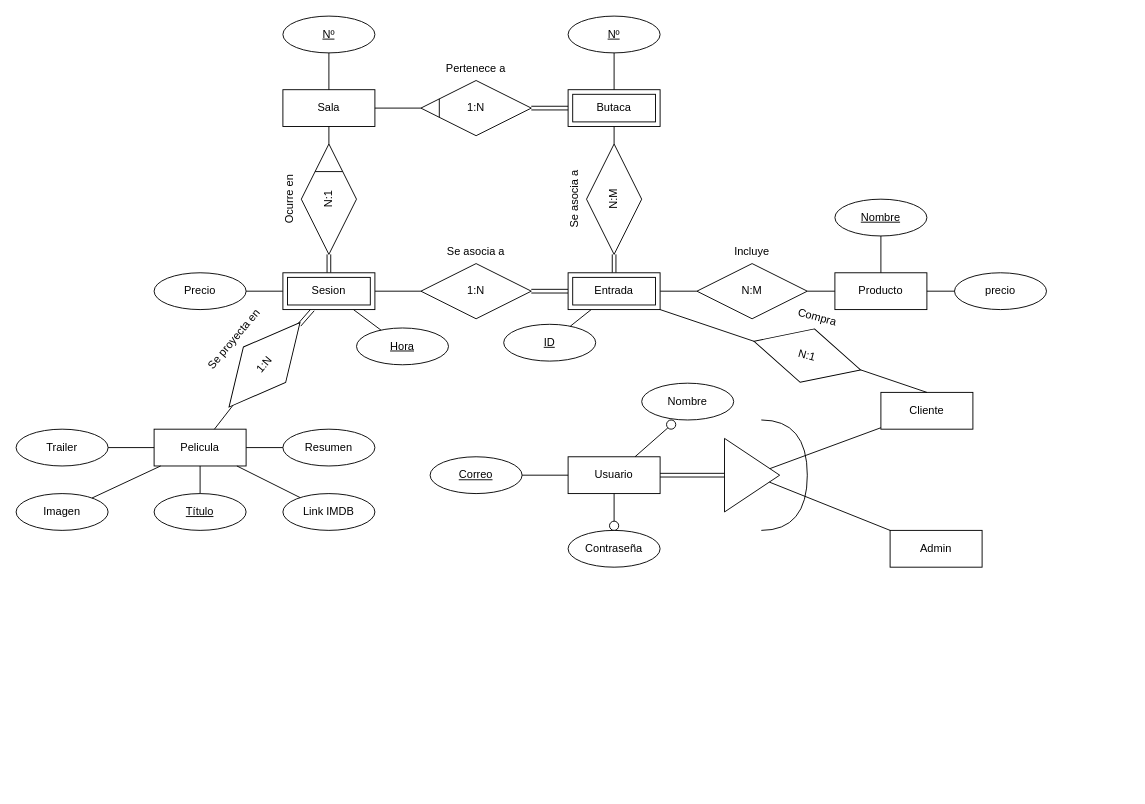
Earlier version of the draw.io diagram E-R Desacine (1).drawio (alberto872189/Sisinf). Source tidied: cells renumbered, new cells numbered last; positions are measured from the earlier drawing's top-left corner, leaving out a move shared by most shapes. Both pictures are drawn from the tidied source at 92%, with x=0, y=0 at pixel (16, 16).
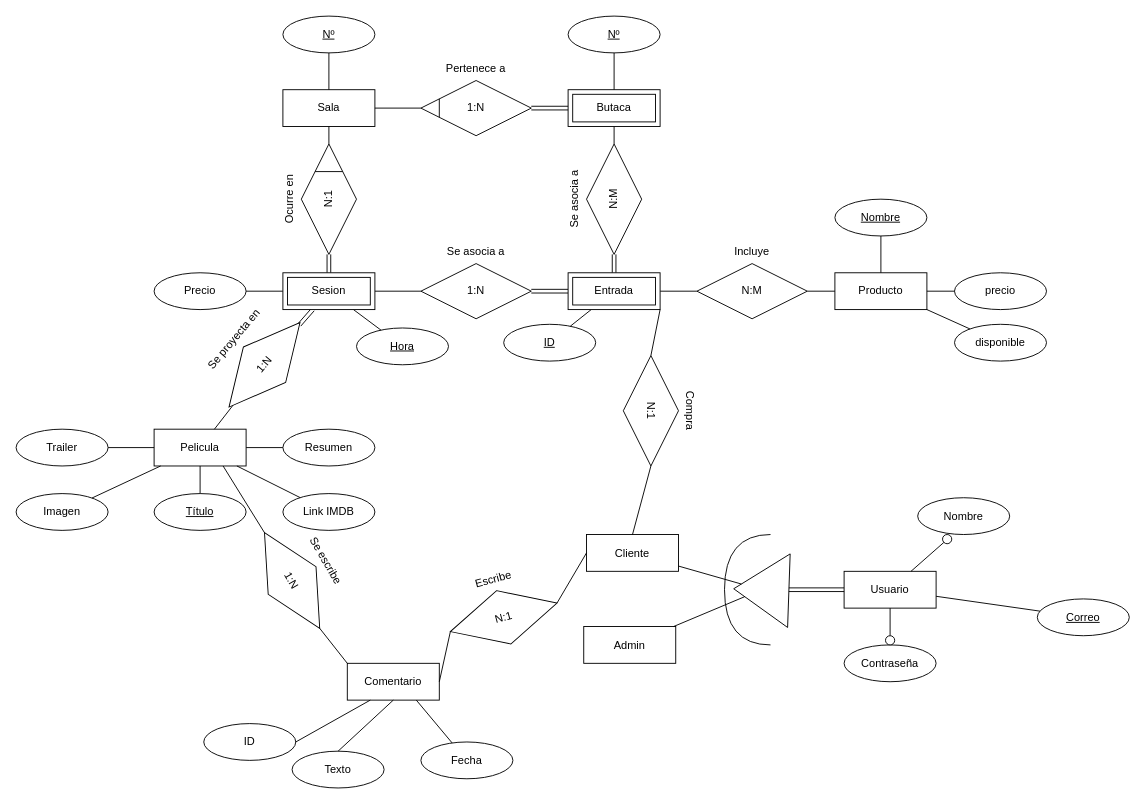
Above is the later version.

The change refers to these unchanged cells:
```xml
<mxCell id="2" value="Producto" style="whiteSpace=wrap;html=1;align=center;" parent="1" vertex="1">
  <mxGeometry x="890" y="279" width="100" height="40" as="geometry" />
</mxCell>
<mxCell id="4" value="Pelicula" style="whiteSpace=wrap;html=1;align=center;" parent="1" vertex="1">
  <mxGeometry x="150" y="449" width="100" height="40" as="geometry" />
</mxCell>
```

What changed in the source:
```diff
@@
     <mxCell id="46" value="Usuario" style="whiteSpace=wrap;html=1;align=center;" parent="1" vertex="1">
-      <mxGeometry x="600" y="479" width="100" height="40" as="geometry" />
+      <mxGeometry x="900" y="603.5" width="100" height="40" as="geometry" />
     </mxCell>
     <mxCell id="47" value="Contraseña" style="ellipse;whiteSpace=wrap;html=1;align=center;" parent="1" vertex="1">
-      <mxGeometry x="600" y="559" width="100" height="40" as="geometry" />
+      <mxGeometry x="900" y="683.5" width="100" height="40" as="geometry" />
     </mxCell>
     <mxCell id="48" style="endArrow=none;html=1;rounded=0;" parent="1" edge="1" source="46">
       <mxGeometry relative="1" as="geometry">
-        <mxPoint x="650" y="549" as="targetPoint" />
+        <mxPoint x="950" y="673.5" as="targetPoint" />
       </mxGeometry>
     </mxCell>
     <mxCell id="49" value="Correo" style="ellipse;whiteSpace=wrap;html=1;align=center;fontStyle=4;" parent="1" vertex="1">
-      <mxGeometry x="450" y="479" width="100" height="40" as="geometry" />
+      <mxGeometry x="1110" y="633.5" width="100" height="40" as="geometry" />
     </mxCell>
@@
     <mxCell id="51" value="Nombre" style="ellipse;whiteSpace=wrap;html=1;align=center;strokeColor=default;" parent="1" vertex="1">
-      <mxGeometry x="680" y="399" width="100" height="40" as="geometry" />
+      <mxGeometry x="980" y="523.5" width="100" height="40" as="geometry" />
     </mxCell>
@@
     <mxCell id="55" value="Admin" style="whiteSpace=wrap;html=1;align=center;" parent="1" vertex="1">
-      <mxGeometry x="950" y="559" width="100" height="40" as="geometry" />
+      <mxGeometry x="617" y="663.5" width="100" height="40" as="geometry" />
     </mxCell>
     <mxCell id="56" value="Cliente" style="whiteSpace=wrap;html=1;align=center;" parent="1" vertex="1">
-      <mxGeometry x="940" y="409" width="100" height="40" as="geometry" />
+      <mxGeometry x="620" y="563.5" width="100" height="40" as="geometry" />
     </mxCell>
-    <mxCell id="57" style="triangle;whiteSpace=wrap;html=1;" parent="1" vertex="1">
-      <mxGeometry x="770" y="459" width="60" height="80" as="geometry" />
+    <mxCell id="57" style="triangle;whiteSpace=wrap;html=1;rotation=-178;" parent="1" vertex="1">
+      <mxGeometry x="780" y="583.5" width="60" height="80" as="geometry" />
     </mxCell>
@@
     <mxCell id="60" style="endArrow=none;html=1;rounded=0;edgeStyle=orthogonalEdgeStyle;curved=1;" parent="1" edge="1">
       <mxGeometry relative="1" as="geometry">
-        <mxPoint x="810" y="559" as="sourcePoint" />
-        <mxPoint x="810" y="439" as="targetPoint" />
+        <mxPoint x="820" y="683.5" as="sourcePoint" />
+        <mxPoint x="820" y="563.5" as="targetPoint" />
         <Array as="points">
-          <mxPoint x="860" y="559" />
-          <mxPoint x="860" y="439" />
+          <mxPoint x="770" y="683.5" />
+          <mxPoint x="770" y="563.5" />
         </Array>
       </mxGeometry>
     </mxCell>
-    <mxCell id="61" style="shape=link;html=1;rounded=0;" parent="1" edge="1" source="46" target="57">
-      <mxGeometry relative="1" as="geometry" />
+    <mxCell id="61" style="shape=link;html=1;rounded=0;" parent="1" edge="1" source="46">
+      <mxGeometry relative="1" as="geometry">
+        <mxPoint x="840" y="623.5" as="targetPoint" />
+      </mxGeometry>
     </mxCell>
@@
-    <mxCell id="71" value="Compra&lt;div&gt;&lt;br&gt;&lt;/div&gt;&lt;div&gt;&lt;br&gt;&lt;/div&gt;&lt;div&gt;N:1&lt;/div&gt;&lt;div&gt;&lt;br&gt;&lt;/div&gt;&lt;div&gt;&lt;br&gt;&lt;/div&gt;&lt;div&gt;&lt;br&gt;&lt;/div&gt;" style="shape=rhombus;perimeter=rhombusPerimeter;whiteSpace=wrap;html=1;align=center;rotation=15;" parent="1" vertex="1">
-      <mxGeometry x="800" y="339" width="120" height="60" as="geometry" />
+    <mxCell id="71" value="Compra&lt;div&gt;&lt;br&gt;&lt;/div&gt;&lt;div&gt;&lt;br&gt;&lt;/div&gt;&lt;div&gt;N:1&lt;/div&gt;&lt;div&gt;&lt;br&gt;&lt;/div&gt;&lt;div&gt;&lt;br&gt;&lt;/div&gt;&lt;div&gt;&lt;br&gt;&lt;/div&gt;" style="shape=rhombus;perimeter=rhombusPerimeter;whiteSpace=wrap;html=1;align=center;rotation=90;" parent="1" vertex="1">
+      <mxGeometry x="630" y="399" width="120" height="60" as="geometry" />
     </mxCell>
@@
     <mxCell id="74" style="ellipse;whiteSpace=wrap;html=1;" parent="1" vertex="1">
-      <mxGeometry x="707" y="439" width="10" height="10" as="geometry" />
+      <mxGeometry x="1007" y="563.5" width="10" height="10" as="geometry" />
     </mxCell>
     <mxCell id="75" style="ellipse;whiteSpace=wrap;html=1;" parent="1" vertex="1">
-      <mxGeometry x="645" y="549" width="10" height="10" as="geometry" />
+      <mxGeometry x="945" y="673.5" width="10" height="10" as="geometry" />
     </mxCell>
@@
+    <mxCell id="78" value="disponible" style="ellipse;whiteSpace=wrap;html=1;align=center;" parent="1" vertex="1">
+      <mxGeometry x="1020" y="335" width="100" height="40" as="geometry" />
+    </mxCell>
+    <mxCell id="79" style="endArrow=none;html=1;rounded=0;entryX=1;entryY=1;entryDx=0;entryDy=0;" parent="1" edge="1" source="78" target="2">
+      <mxGeometry relative="1" as="geometry" />
+    </mxCell>
+    <mxCell id="80" value="Comentario" style="whiteSpace=wrap;html=1;align=center;" parent="1" vertex="1">
+      <mxGeometry x="360" y="703.5" width="100" height="40" as="geometry" />
+    </mxCell>
+    <mxCell id="81" value="&lt;div&gt;Escribe&lt;/div&gt;&lt;div&gt;&lt;br&gt;&lt;/div&gt;&lt;div&gt;&lt;br&gt;&lt;/div&gt;&lt;div&gt;N:1&lt;/div&gt;&lt;div&gt;&lt;br&gt;&lt;/div&gt;&lt;div&gt;&lt;br&gt;&lt;/div&gt;&lt;div&gt;&lt;br&gt;&lt;/div&gt;" style="shape=rhombus;perimeter=rhombusPerimeter;whiteSpace=wrap;html=1;align=center;rotation=-15;" parent="1" vertex="1">
+      <mxGeometry x="470" y="623.5" width="120" height="60" as="geometry" />
+    </mxCell>
+    <mxCell id="82" style="endArrow=none;html=1;rounded=0;entryX=1;entryY=0.5;entryDx=0;entryDy=0;exitX=0;exitY=0.5;exitDx=0;exitDy=0;" parent="1" edge="1" source="56" target="81">
+      <mxGeometry relative="1" as="geometry" />
+    </mxCell>
+    <mxCell id="83" style="endArrow=none;html=1;rounded=0;entryX=0;entryY=0.5;entryDx=0;entryDy=0;exitX=1;exitY=0.5;exitDx=0;exitDy=0;" parent="1" edge="1" source="80" target="81">
+      <mxGeometry relative="1" as="geometry" />
+    </mxCell>
+    <mxCell id="84" value="&lt;div&gt;Se escribe&lt;/div&gt;&lt;div&gt;&lt;br&gt;&lt;/div&gt;&lt;div&gt;&lt;br&gt;&lt;/div&gt;&lt;div&gt;1:N&lt;/div&gt;&lt;div&gt;&lt;br&gt;&lt;/div&gt;&lt;div&gt;&lt;br&gt;&lt;/div&gt;&lt;div&gt;&lt;br&gt;&lt;/div&gt;" style="shape=rhombus;perimeter=rhombusPerimeter;whiteSpace=wrap;html=1;align=center;rotation=60;" parent="1" vertex="1">
+      <mxGeometry x="240" y="583.5" width="120" height="60" as="geometry" />
+    </mxCell>
+    <mxCell id="85" style="endArrow=none;html=1;rounded=0;entryX=1;entryY=0.5;entryDx=0;entryDy=0;exitX=0;exitY=0;exitDx=0;exitDy=0;" parent="1" edge="1" source="80" target="84">
+      <mxGeometry relative="1" as="geometry" />
+    </mxCell>
+    <mxCell id="86" style="endArrow=none;html=1;rounded=0;exitX=0.75;exitY=1;exitDx=0;exitDy=0;entryX=0;entryY=0.5;entryDx=0;entryDy=0;" parent="1" edge="1" source="4" target="84">
+      <mxGeometry relative="1" as="geometry" />
+    </mxCell>
+    <mxCell id="87" value="Texto" style="ellipse;whiteSpace=wrap;html=1;align=center;" parent="1" vertex="1">
+      <mxGeometry x="300" y="799" width="100" height="40" as="geometry" />
+    </mxCell>
+    <mxCell id="88" style="endArrow=none;html=1;rounded=0;entryX=0.5;entryY=1;entryDx=0;entryDy=0;exitX=0.5;exitY=0;exitDx=0;exitDy=0;" parent="1" edge="1" source="87" target="80">
+      <mxGeometry relative="1" as="geometry" />
+    </mxCell>
+    <mxCell id="89" value="ID" style="ellipse;whiteSpace=wrap;html=1;align=center;" parent="1" vertex="1">
+      <mxGeometry x="204" y="769" width="100" height="40" as="geometry" />
+    </mxCell>
+    <mxCell id="90" style="endArrow=none;html=1;rounded=0;entryX=0.25;entryY=1;entryDx=0;entryDy=0;exitX=1;exitY=0.5;exitDx=0;exitDy=0;" parent="1" edge="1" source="89" target="80">
+      <mxGeometry relative="1" as="geometry" />
+    </mxCell>
+    <mxCell id="91" value="Fecha" style="ellipse;whiteSpace=wrap;html=1;align=center;" parent="1" vertex="1">
+      <mxGeometry x="440" y="789" width="100" height="40" as="geometry" />
+    </mxCell>
+    <mxCell id="92" style="endArrow=none;html=1;rounded=0;entryX=0.75;entryY=1;entryDx=0;entryDy=0;" parent="1" edge="1" source="91" target="80">
+      <mxGeometry relative="1" as="geometry" />
+    </mxCell>
```
